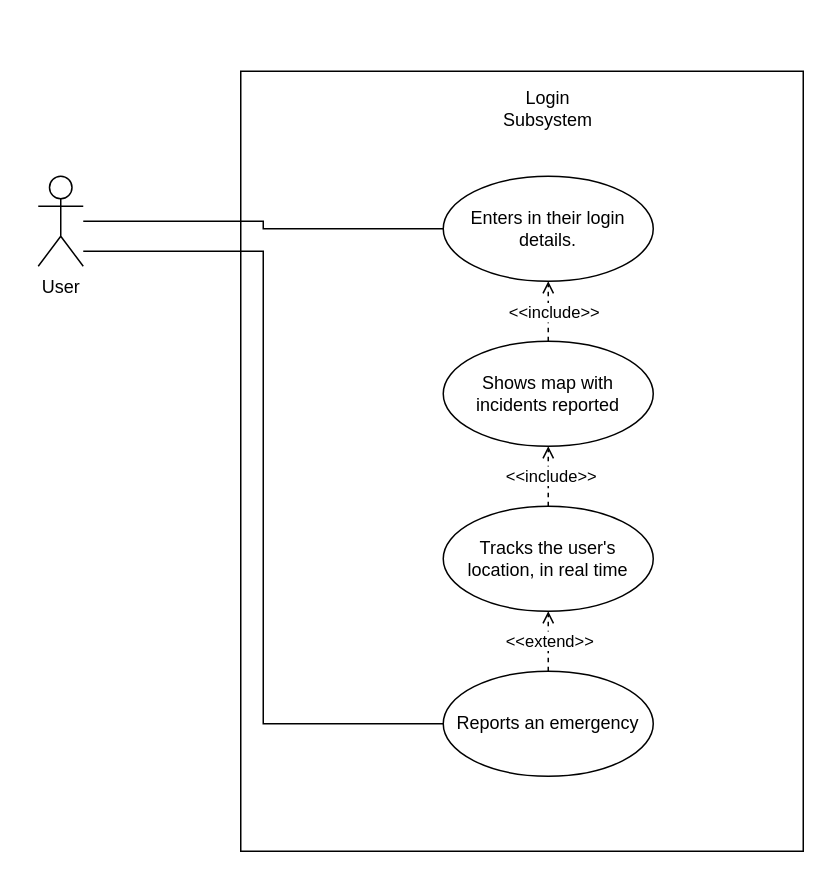
Kari19/D1 keeps this draw.io diagram as Login.drawio. Above is the earlier version. Source tidied: cells renumbered, new cells numbered last; positions are measured from the earlier drawing's top-left corner, leaving out a move shared by most shapes. Both pictures are drawn from the tidied source at 150%, with x=0, y=0 at pixel (38, 70).
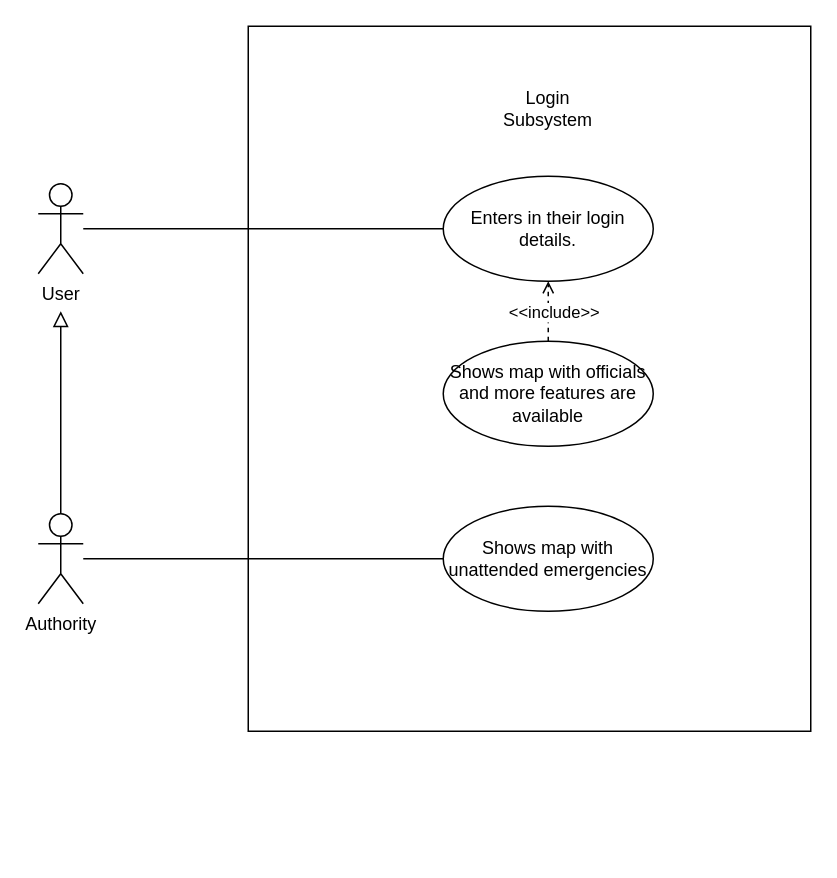
The same diagram, later.

What changed in the source:
```diff
@@
 <mxGraphModel>
   <root>
     <mxCell id="0" />
     <mxCell id="1" parent="0" />
     <mxCell id="2" value="&lt;div&gt;&lt;/div&gt;" style="rounded=0;whiteSpace=wrap;html=1;" parent="1" vertex="1">
-      <mxGeometry x="135" width="375" height="520" as="geometry" />
+      <mxGeometry x="140" y="-30" width="375" height="470" as="geometry" />
     </mxCell>
     <mxCell id="3" style="edgeStyle=orthogonalEdgeStyle;rounded=0;jettySize=auto;html=1;entryX=0;entryY=0.5;entryDx=0;entryDy=0;endArrow=none;startFill=0;" parent="1" edge="1" source="5" target="7">
       <mxGeometry relative="1" as="geometry" />
     </mxCell>
-    <mxCell id="4" style="edgeStyle=orthogonalEdgeStyle;rounded=0;jettySize=auto;html=1;entryX=0;entryY=0.5;entryDx=0;entryDy=0;endArrow=none;startFill=0;" parent="1" edge="1" source="5" target="16">
-      <mxGeometry relative="1" as="geometry">
-        <Array as="points">
-          <mxPoint x="150" y="120" />
-          <mxPoint x="150" y="435" />
-        </Array>
-      </mxGeometry>
-    </mxCell>
     <mxCell id="5" value="&lt;div&gt;User&lt;/div&gt;" style="shape=umlActor;verticalLabelPosition=bottom;verticalAlign=top;html=1;outlineConnect=0;" parent="1" vertex="1">
-      <mxGeometry y="70" width="30" height="60" as="geometry" />
+      <mxGeometry y="75" width="30" height="60" as="geometry" />
     </mxCell>
     <mxCell id="6" value="Login Subsystem" style="text;html=1;align=center;verticalAlign=middle;whiteSpace=wrap;rounded=0;" parent="1" vertex="1">
       <mxGeometry x="310" y="10" width="60" height="30" as="geometry" />
     </mxCell>
     <mxCell id="7" value="Enters in their login details." style="ellipse;whiteSpace=wrap;html=1;" parent="1" vertex="1">
       <mxGeometry x="270" y="70" width="140" height="70" as="geometry" />
     </mxCell>
     <mxCell id="8" style="edgeStyle=orthogonalEdgeStyle;rounded=0;jettySize=auto;html=1;endArrow=open;endFill=0;dashed=1;" parent="1" edge="1" source="10" target="7">
       <mxGeometry relative="1" as="geometry" />
     </mxCell>
     <mxCell id="9" value="&amp;lt;&amp;lt;include&amp;gt;&amp;gt;" style="edgeLabel;html=1;align=center;verticalAlign=middle;" parent="8" vertex="1">
       <mxGeometry y="-3" relative="1" as="geometry" />
     </mxCell>
-    <mxCell id="10" value="Shows map with incidents reported" style="ellipse;whiteSpace=wrap;html=1;" parent="1" vertex="1">
+    <mxCell id="10" value="Shows map with officials and more features are available" style="ellipse;whiteSpace=wrap;html=1;" parent="1" vertex="1">
       <mxGeometry x="270" y="180" width="140" height="70" as="geometry" />
     </mxCell>
-    <mxCell id="11" style="edgeStyle=orthogonalEdgeStyle;rounded=0;jettySize=auto;html=1;dashed=1;endArrow=open;endFill=0;" parent="1" edge="1" source="13" target="10">
-      <mxGeometry relative="1" as="geometry" />
-    </mxCell>
-    <mxCell id="12" value="&amp;lt;&amp;lt;include&amp;gt;&amp;gt;" style="edgeLabel;html=1;align=center;verticalAlign=middle;" parent="11" vertex="1">
-      <mxGeometry x="0.05" y="-1" relative="1" as="geometry" />
-    </mxCell>
-    <mxCell id="13" value="Tracks the user's location, in real time" style="ellipse;whiteSpace=wrap;html=1;" parent="1" vertex="1">
-      <mxGeometry x="270" y="290" width="140" height="70" as="geometry" />
-    </mxCell>
-    <mxCell id="14" style="edgeStyle=orthogonalEdgeStyle;rounded=0;jettySize=auto;html=1;endArrow=open;endFill=0;dashed=1;" parent="1" edge="1" source="16" target="13">
-      <mxGeometry relative="1" as="geometry" />
-    </mxCell>
-    <mxCell id="15" value="&amp;lt;&amp;lt;extend&amp;gt;&amp;gt;" style="edgeLabel;html=1;align=center;verticalAlign=middle;" parent="14" vertex="1">
-      <mxGeometry x="0.05" relative="1" as="geometry" />
-    </mxCell>
-    <mxCell id="16" value="Reports an emergency" style="ellipse;whiteSpace=wrap;html=1;" parent="1" vertex="1">
-      <mxGeometry x="270" y="400" width="140" height="70" as="geometry" />
-    </mxCell>
+    <mxCell id="17" style="edgeStyle=orthogonalEdgeStyle;rounded=0;jettySize=auto;html=1;endArrow=none;startFill=0;" parent="1" edge="1" source="18" target="20">
+      <mxGeometry relative="1" as="geometry" />
+    </mxCell>
+    <mxCell id="18" value="Authority" style="shape=umlActor;html=1;verticalLabelPosition=bottom;verticalAlign=top;align=center;" parent="1" vertex="1">
+      <mxGeometry y="295" width="30" height="60" as="geometry" />
+    </mxCell>
+    <mxCell id="19" style="endArrow=block;html=1;rounded=0;align=center;verticalAlign=bottom;endFill=0;labelBackgroundColor=none;endSize=8;exitX=0.5;exitY=0;exitDx=0;exitDy=0;exitPerimeter=0;" parent="1" edge="1" source="18">
+      <mxGeometry relative="1" as="geometry">
+        <mxPoint x="15" y="160" as="targetPoint" />
+      </mxGeometry>
+    </mxCell>
+    <mxCell id="20" value="&lt;div&gt;Shows map with unattended emergencies&lt;/div&gt;" style="ellipse;whiteSpace=wrap;html=1;" parent="1" vertex="1">
+      <mxGeometry x="270" y="290" width="140" height="70" as="geometry" />
+    </mxCell>
   </root>
 </mxGraphModel>
```
